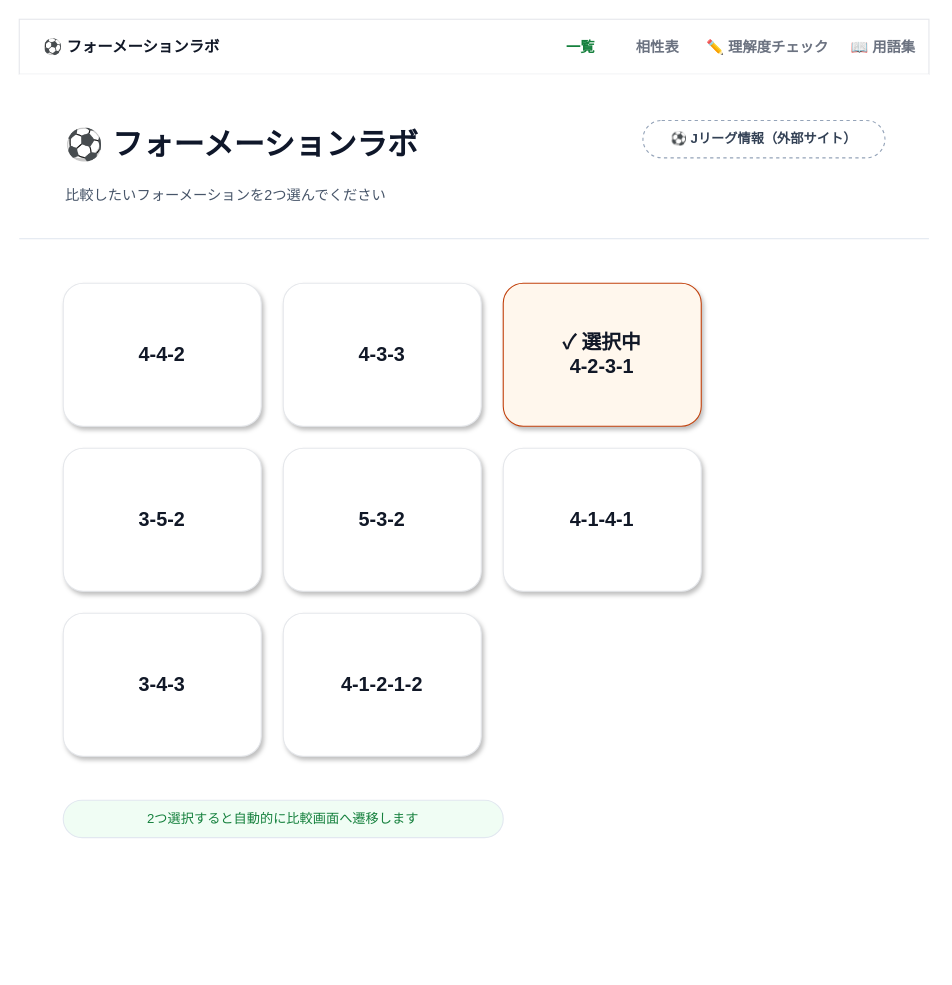
This is page "wireframe-formation-list" (1 of 8) of docs/specs/2_basic-design/wireframes.drawio from n-yata/soccer-sim, a draw.io file, before an edit. Source tidied: cells renumbered, new cells numbered last; positions are measured from the earlier drawing's top-left corner, leaving out a move shared by most shapes. Both pictures are drawn from the tidied source at 110%, with x=0, y=0 at pixel (19, 19).
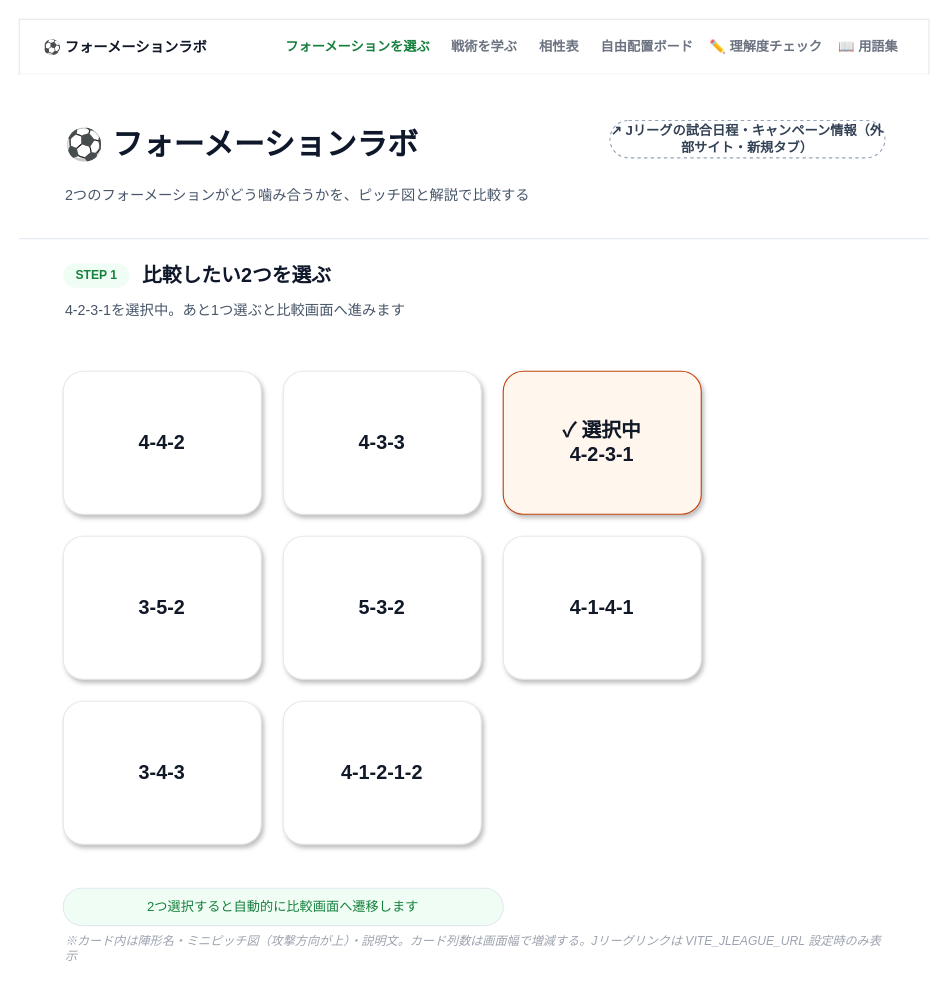
After the change.

Diff of the diagram source:
```diff
@@
-    <mxCell id="3" value="⚽ フォーメーションラボ" style="text;html=1;fontSize=14;fontStyle=1;align=left;verticalAlign=middle;fontColor=#111827;" parent="1" vertex="1">
-      <mxGeometry x="20" y="13" width="220" height="24" as="geometry" />
+    <mxCell id="3" value="⚽ フォーメーションラボ" style="text;html=1;fontSize=13;fontStyle=1;align=left;verticalAlign=middle;fontColor=#111827;whiteSpace=wrap;" parent="1" vertex="1">
+      <mxGeometry x="20" y="13" width="160" height="24" as="geometry" />
     </mxCell>
-    <mxCell id="4" value="一覧" style="text;html=1;fontSize=13;fontStyle=1;align=center;verticalAlign=middle;fontColor=#15803D;" parent="1" vertex="1">
-      <mxGeometry x="480" y="13" width="60" height="24" as="geometry" />
+    <mxCell id="4" value="フォーメーションを選ぶ" style="text;html=1;fontSize=12;fontStyle=1;align=center;verticalAlign=middle;fontColor=#15803D;whiteSpace=wrap;" parent="1" vertex="1">
+      <mxGeometry x="235" y="13" width="146" height="24" as="geometry" />
     </mxCell>
-    <mxCell id="5" value="相性表" style="text;html=1;fontSize=13;fontStyle=1;align=center;verticalAlign=middle;fontColor=#6B7280;" parent="1" vertex="1">
-      <mxGeometry x="550" y="13" width="60" height="24" as="geometry" />
+    <mxCell id="5" value="戦術を学ぶ" style="text;html=1;fontSize=12;fontStyle=1;align=center;verticalAlign=middle;fontColor=#6B7280;whiteSpace=wrap;" parent="1" vertex="1">
+      <mxGeometry x="385" y="13" width="76" height="24" as="geometry" />
     </mxCell>
-    <mxCell id="6" value="✏️ 理解度チェック" style="text;html=1;fontSize=13;fontStyle=1;align=center;verticalAlign=middle;fontColor=#6B7280;" parent="1" vertex="1">
-      <mxGeometry x="620" y="13" width="120" height="24" as="geometry" />
+    <mxCell id="6" value="相性表" style="text;html=1;fontSize=12;fontStyle=1;align=center;verticalAlign=middle;fontColor=#6B7280;whiteSpace=wrap;" parent="1" vertex="1">
+      <mxGeometry x="465" y="13" width="52" height="24" as="geometry" />
     </mxCell>
-    <mxCell id="7" value="📖 用語集" style="text;html=1;fontSize=13;fontStyle=1;align=center;verticalAlign=middle;fontColor=#6B7280;" parent="1" vertex="1">
-      <mxGeometry x="740" y="13" width="90" height="24" as="geometry" />
+    <mxCell id="7" value="自由配置ボード" style="text;html=1;fontSize=12;fontStyle=1;align=center;verticalAlign=middle;fontColor=#6B7280;whiteSpace=wrap;" parent="1" vertex="1">
+      <mxGeometry x="521" y="13" width="100" height="24" as="geometry" />
     </mxCell>
+    <mxCell id="22" value="✏️ 理解度チェック" style="text;html=1;fontSize=12;fontStyle=1;align=center;verticalAlign=middle;fontColor=#6B7280;whiteSpace=wrap;" parent="1" vertex="1">
+      <mxGeometry x="625" y="13" width="108" height="24" as="geometry" />
+    </mxCell>
+    <mxCell id="23" value="📖 用語集" style="text;html=1;fontSize=12;fontStyle=1;align=center;verticalAlign=middle;fontColor=#6B7280;whiteSpace=wrap;" parent="1" vertex="1">
+      <mxGeometry x="737" y="13" width="70" height="24" as="geometry" />
+    </mxCell>
@@
-    <mxCell id="11" value="比較したいフォーメーションを2つ選んでください" style="text;html=1;fontSize=13;align=left;verticalAlign=middle;fontColor=#475569;" parent="1" vertex="1">
-      <mxGeometry x="40" y="145" width="600" height="30" as="geometry" />
+    <mxCell id="11" value="2つのフォーメーションがどう噛み合うかを、ピッチ図と解説で比較する" style="text;html=1;fontSize=13;align=left;verticalAlign=middle;fontColor=#475569;" parent="1" vertex="1">
+      <mxGeometry x="40" y="145" width="480" height="30" as="geometry" />
     </mxCell>
-    <mxCell id="12" value="⚽ Jリーグ情報（外部サイト）" style="rounded=1;arcSize=50;whiteSpace=wrap;html=1;fillColor=none;strokeColor=#94A3B8;dashed=1;fontSize=12;fontStyle=1;fontColor=#334155;" parent="1" vertex="1">
-      <mxGeometry x="567" y="92" width="220" height="34" as="geometry" />
+    <mxCell id="12" value="↗ Jリーグの試合日程・キャンペーン情報（外部サイト・新規タブ）" style="rounded=1;arcSize=50;whiteSpace=wrap;html=1;fillColor=none;strokeColor=#94A3B8;dashed=1;fontSize=12;fontStyle=1;fontColor=#334155;" parent="1" vertex="1">
+      <mxGeometry x="537" y="92" width="250" height="34" as="geometry" />
     </mxCell>
     <mxCell id="13" value="4-4-2" style="rounded=1;arcSize=14;whiteSpace=wrap;html=1;fillColor=#FFFFFF;strokeColor=#E5E7EB;strokeWidth=1;shadow=1;fontSize=18;fontStyle=1;fontColor=#111827;" parent="1" vertex="1">
-      <mxGeometry x="40" y="240" width="180" height="130" as="geometry" />
+      <mxGeometry x="40" y="320" width="180" height="130" as="geometry" />
     </mxCell>
     <mxCell id="14" value="4-3-3" style="rounded=1;arcSize=14;whiteSpace=wrap;html=1;fillColor=#FFFFFF;strokeColor=#E5E7EB;strokeWidth=1;shadow=1;fontSize=18;fontStyle=1;fontColor=#111827;" parent="1" vertex="1">
-      <mxGeometry x="240" y="240" width="180" height="130" as="geometry" />
+      <mxGeometry x="240" y="320" width="180" height="130" as="geometry" />
     </mxCell>
-    <mxCell id="15" value="✓ 選択中&#10;4-2-3-1" style="rounded=1;arcSize=14;whiteSpace=wrap;html=1;fillColor=#FFF7ED;strokeColor=#C2410C;strokeWidth=1;shadow=1;fontSize=18;fontStyle=1;fontColor=#111827;" parent="1" vertex="1">
-      <mxGeometry x="440" y="240" width="180" height="130" as="geometry" />
+    <mxCell id="15" value="✓ 選択中&lt;br&gt;4-2-3-1" style="rounded=1;arcSize=14;whiteSpace=wrap;html=1;fillColor=#FFF7ED;strokeColor=#C2410C;strokeWidth=1;shadow=1;fontSize=18;fontStyle=1;fontColor=#111827;" parent="1" vertex="1">
+      <mxGeometry x="440" y="320" width="180" height="130" as="geometry" />
     </mxCell>
     <mxCell id="16" value="3-5-2" style="rounded=1;arcSize=14;whiteSpace=wrap;html=1;fillColor=#FFFFFF;strokeColor=#E5E7EB;strokeWidth=1;shadow=1;fontSize=18;fontStyle=1;fontColor=#111827;" parent="1" vertex="1">
-      <mxGeometry x="40" y="390" width="180" height="130" as="geometry" />
+      <mxGeometry x="40" y="470" width="180" height="130" as="geometry" />
     </mxCell>
     <mxCell id="17" value="5-3-2" style="rounded=1;arcSize=14;whiteSpace=wrap;html=1;fillColor=#FFFFFF;strokeColor=#E5E7EB;strokeWidth=1;shadow=1;fontSize=18;fontStyle=1;fontColor=#111827;" parent="1" vertex="1">
-      <mxGeometry x="240" y="390" width="180" height="130" as="geometry" />
+      <mxGeometry x="240" y="470" width="180" height="130" as="geometry" />
     </mxCell>
     <mxCell id="18" value="4-1-4-1" style="rounded=1;arcSize=14;whiteSpace=wrap;html=1;fillColor=#FFFFFF;strokeColor=#E5E7EB;strokeWidth=1;shadow=1;fontSize=18;fontStyle=1;fontColor=#111827;" parent="1" vertex="1">
-      <mxGeometry x="440" y="390" width="180" height="130" as="geometry" />
+      <mxGeometry x="440" y="470" width="180" height="130" as="geometry" />
     </mxCell>
     <mxCell id="19" value="3-4-3" style="rounded=1;arcSize=14;whiteSpace=wrap;html=1;fillColor=#FFFFFF;strokeColor=#E5E7EB;strokeWidth=1;shadow=1;fontSize=18;fontStyle=1;fontColor=#111827;" parent="1" vertex="1">
-      <mxGeometry x="40" y="540" width="180" height="130" as="geometry" />
+      <mxGeometry x="40" y="620" width="180" height="130" as="geometry" />
     </mxCell>
     <mxCell id="20" value="4-1-2-1-2" style="rounded=1;arcSize=14;whiteSpace=wrap;html=1;fillColor=#FFFFFF;strokeColor=#E5E7EB;strokeWidth=1;shadow=1;fontSize=18;fontStyle=1;fontColor=#111827;" parent="1" vertex="1">
-      <mxGeometry x="240" y="540" width="180" height="130" as="geometry" />
+      <mxGeometry x="240" y="620" width="180" height="130" as="geometry" />
     </mxCell>
     <mxCell id="21" value="2つ選択すると自動的に比較画面へ遷移します" style="rounded=1;arcSize=50;whiteSpace=wrap;html=1;fillColor=#F0FDF4;strokeColor=#E2E8F0;fontColor=#15803D;fontSize=12;" parent="1" vertex="1">
-      <mxGeometry x="40" y="710" width="400" height="34" as="geometry" />
+      <mxGeometry x="40" y="790" width="400" height="34" as="geometry" />
     </mxCell>
+    <mxCell id="24" value="STEP 1" style="rounded=1;arcSize=50;html=1;fillColor=#F0FDF4;strokeColor=none;fontSize=11;fontStyle=1;fontColor=#15803D;" parent="1" vertex="1">
+      <mxGeometry x="40" y="222" width="60" height="22" as="geometry" />
+    </mxCell>
+    <mxCell id="25" value="比較したい2つを選ぶ" style="text;html=1;fontSize=18;fontStyle=1;align=left;verticalAlign=middle;fontColor=#0F172A;whiteSpace=wrap;" parent="1" vertex="1">
+      <mxGeometry x="110" y="218" width="400" height="30" as="geometry" />
+    </mxCell>
+    <mxCell id="26" value="4-2-3-1を選択中。あと1つ選ぶと比較画面へ進みます" style="text;html=1;fontSize=13;align=left;verticalAlign=middle;fontColor=#475569;whiteSpace=wrap;" parent="1" vertex="1">
+      <mxGeometry x="40" y="252" width="600" height="24" as="geometry" />
+    </mxCell>
+    <mxCell id="27" value="※カード内は陣形名・ミニピッチ図（攻撃方向が上）・説明文。カード列数は画面幅で増減する。Jリーグリンクは VITE_JLEAGUE_URL 設定時のみ表示" style="text;html=1;fontSize=11;align=left;verticalAlign=middle;fontColor=#9CA3AF;fontStyle=2;whiteSpace=wrap;" parent="1" vertex="1">
+      <mxGeometry x="40" y="830" width="747" height="30" as="geometry" />
+    </mxCell>
```
